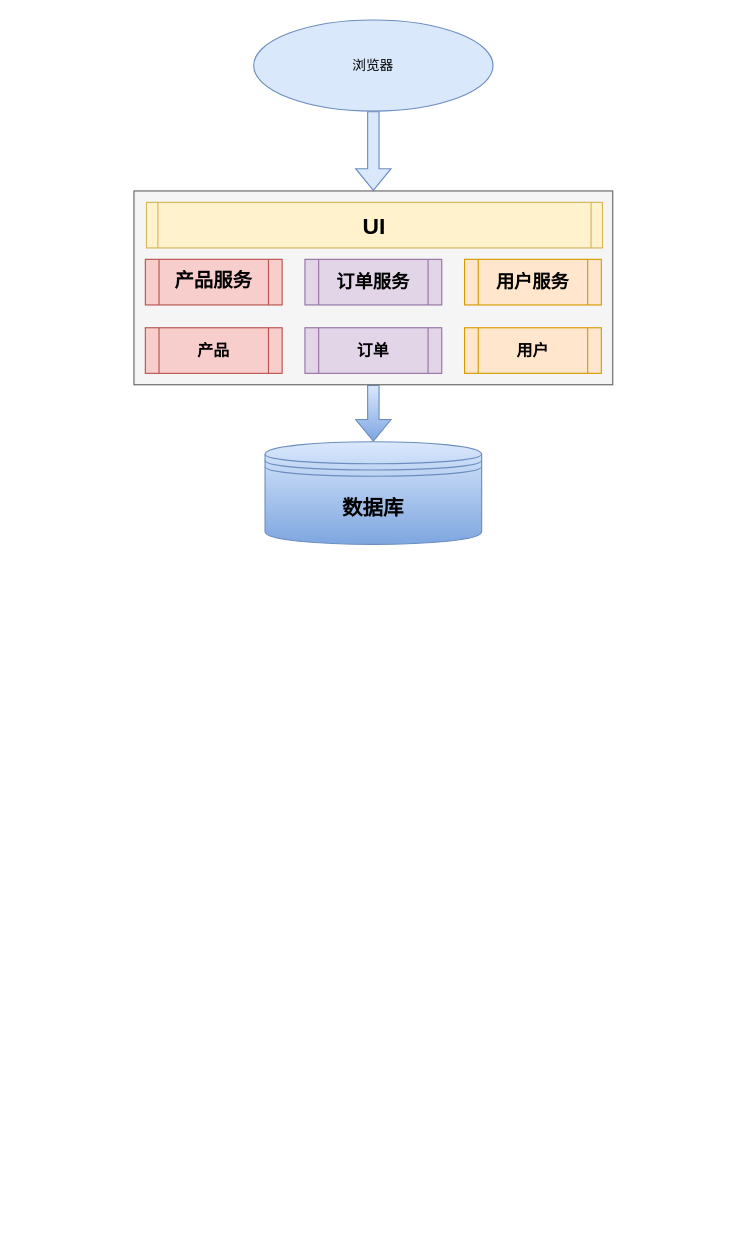
Earlier version of the draw.io diagram 传统开发模型和分布式开发模型.drawio (xinyimq/yixinwork). Source tidied: cells renumbered, new cells numbered last; positions are measured from the earlier drawing's top-left corner, leaving out a move shared by most shapes. Both pictures are drawn from the tidied source at 114%, with x=0, y=0 at pixel (133, 19).
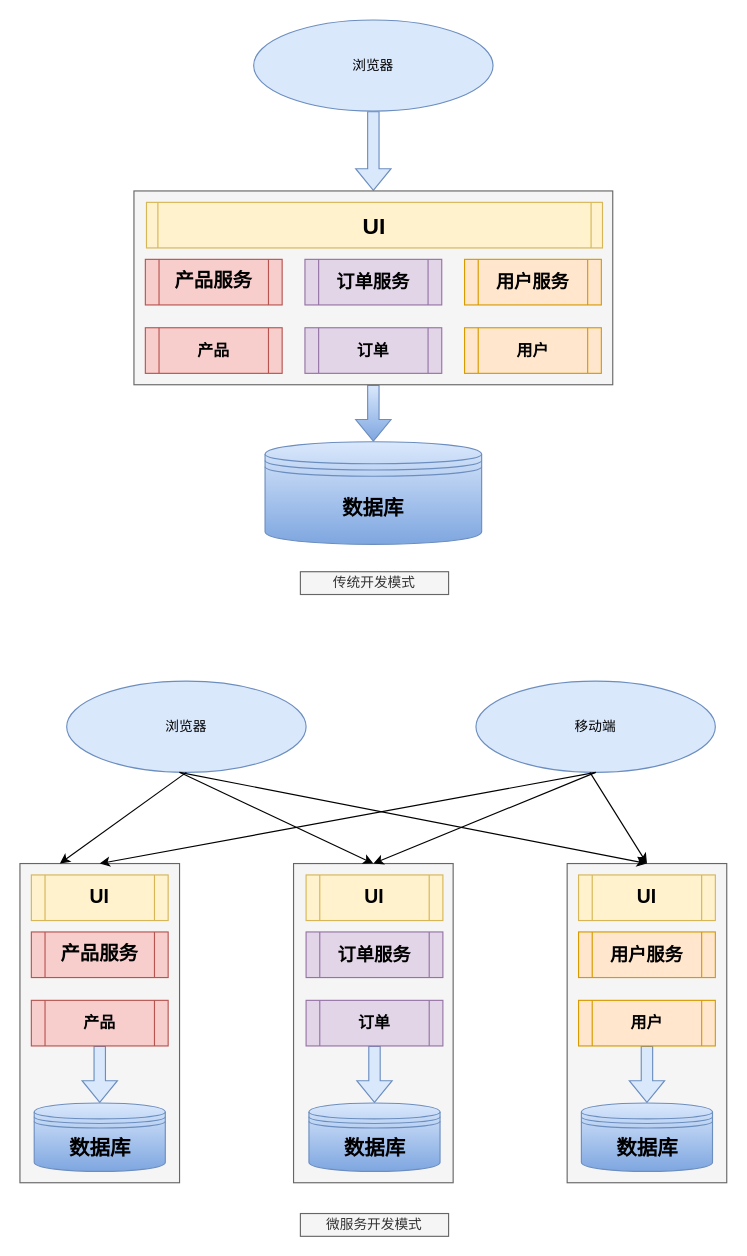
The same diagram, later.

Commit message (it also covers changes not shown here):
Update 传统开发模型和分布式开发模型.drawio

The edit, as a diff of the source:
```diff
@@
+    <mxCell id="14" value="浏览器" style="ellipse;whiteSpace=wrap;html=1;fillColor=#dae8fc;strokeColor=#6c8ebf;" parent="1" vertex="1">
+      <mxGeometry x="-59" y="580" width="210" height="80" as="geometry" />
+    </mxCell>
+    <mxCell id="15" style="rounded=0;whiteSpace=wrap;html=1;fillColor=#f5f5f5;strokeColor=#666666;fontColor=#333333;" parent="1" vertex="1">
+      <mxGeometry x="-100" y="740" width="140" height="280" as="geometry" />
+    </mxCell>
+    <mxCell id="16" value="&lt;b&gt;&lt;font style=&quot;font-size: 17px&quot;&gt;产品服务&lt;/font&gt;&lt;/b&gt;" style="shape=process;whiteSpace=wrap;html=1;backgroundOutline=1;fillColor=#f8cecc;strokeColor=#b85450;" parent="1" vertex="1">
+      <mxGeometry x="-90" y="800" width="120" height="40" as="geometry" />
+    </mxCell>
+    <mxCell id="17" style="edgeStyle=orthogonalEdgeStyle;rounded=0;jettySize=auto;html=1;shape=flexArrow;fillColor=#dae8fc;strokeColor=#6c8ebf;" parent="1" edge="1" source="18" target="19">
+      <mxGeometry relative="1" as="geometry" />
+    </mxCell>
+    <mxCell id="18" value="&lt;b&gt;&lt;font style=&quot;font-size: 14px&quot;&gt;产品&lt;/font&gt;&lt;/b&gt;" style="shape=process;whiteSpace=wrap;html=1;backgroundOutline=1;fillColor=#f8cecc;strokeColor=#b85450;" parent="1" vertex="1">
+      <mxGeometry x="-90" y="860" width="120" height="40" as="geometry" />
+    </mxCell>
+    <mxCell id="19" value="&lt;b&gt;&lt;font style=&quot;font-size: 18px&quot;&gt;数据库&lt;/font&gt;&lt;/b&gt;" style="shape=datastore;whiteSpace=wrap;html=1;gradientColor=#7ea6e0;fillColor=#dae8fc;strokeColor=#6c8ebf;" parent="1" vertex="1">
+      <mxGeometry x="-87.5" y="950" width="115" height="60" as="geometry" />
+    </mxCell>
+    <mxCell id="20" value="移动端" style="ellipse;whiteSpace=wrap;html=1;fillColor=#dae8fc;strokeColor=#6c8ebf;" parent="1" vertex="1">
+      <mxGeometry x="300" y="580" width="210" height="80" as="geometry" />
+    </mxCell>
+    <mxCell id="21" style="rounded=0;whiteSpace=wrap;html=1;fillColor=#f5f5f5;strokeColor=#666666;fontColor=#333333;" parent="1" vertex="1">
+      <mxGeometry x="140" y="740" width="140" height="280" as="geometry" />
+    </mxCell>
+    <mxCell id="22" value="&lt;b&gt;&lt;font style=&quot;font-size: 16px&quot;&gt;订单服务&lt;/font&gt;&lt;/b&gt;" style="shape=process;whiteSpace=wrap;html=1;backgroundOutline=1;fillColor=#e1d5e7;strokeColor=#9673a6;" parent="1" vertex="1">
+      <mxGeometry x="151" y="800" width="120" height="40" as="geometry" />
+    </mxCell>
+    <mxCell id="23" style="edgeStyle=orthogonalEdgeStyle;rounded=0;jettySize=auto;html=1;shape=flexArrow;fillColor=#dae8fc;strokeColor=#6c8ebf;" parent="1" edge="1" source="24" target="32">
+      <mxGeometry relative="1" as="geometry" />
+    </mxCell>
+    <mxCell id="24" value="&lt;b&gt;&lt;font style=&quot;font-size: 14px&quot;&gt;订单&lt;/font&gt;&lt;/b&gt;" style="shape=process;whiteSpace=wrap;html=1;backgroundOutline=1;fillColor=#e1d5e7;strokeColor=#9673a6;" parent="1" vertex="1">
+      <mxGeometry x="151" y="860" width="120" height="40" as="geometry" />
+    </mxCell>
+    <mxCell id="25" style="rounded=0;whiteSpace=wrap;html=1;fillColor=#f5f5f5;strokeColor=#666666;fontColor=#333333;" parent="1" vertex="1">
+      <mxGeometry x="380" y="740" width="140" height="280" as="geometry" />
+    </mxCell>
+    <mxCell id="26" value="&lt;b&gt;&lt;font style=&quot;font-size: 16px&quot;&gt;用户服务&lt;/font&gt;&lt;/b&gt;" style="shape=process;whiteSpace=wrap;html=1;backgroundOutline=1;fillColor=#ffe6cc;strokeColor=#d79b00;" parent="1" vertex="1">
+      <mxGeometry x="390" y="800" width="120" height="40" as="geometry" />
+    </mxCell>
+    <mxCell id="27" style="edgeStyle=orthogonalEdgeStyle;rounded=0;jettySize=auto;html=1;shape=flexArrow;fillColor=#dae8fc;strokeColor=#6c8ebf;" parent="1" edge="1" source="28" target="33">
+      <mxGeometry relative="1" as="geometry" />
+    </mxCell>
+    <mxCell id="28" value="&lt;b&gt;&lt;font style=&quot;font-size: 14px&quot;&gt;用户&lt;/font&gt;&lt;/b&gt;" style="shape=process;whiteSpace=wrap;html=1;backgroundOutline=1;fillColor=#ffe6cc;strokeColor=#d79b00;" parent="1" vertex="1">
+      <mxGeometry x="390" y="860" width="120" height="40" as="geometry" />
+    </mxCell>
+    <mxCell id="29" value="&lt;b&gt;&lt;font style=&quot;font-size: 17px&quot;&gt;UI&lt;/font&gt;&lt;/b&gt;" style="shape=process;whiteSpace=wrap;html=1;backgroundOutline=1;fillColor=#fff2cc;strokeColor=#d6b656;" parent="1" vertex="1">
+      <mxGeometry x="-90" y="750" width="120" height="40" as="geometry" />
+    </mxCell>
+    <mxCell id="30" value="&lt;b&gt;&lt;font style=&quot;font-size: 17px&quot;&gt;UI&lt;/font&gt;&lt;/b&gt;" style="shape=process;whiteSpace=wrap;html=1;backgroundOutline=1;fillColor=#fff2cc;strokeColor=#d6b656;" parent="1" vertex="1">
+      <mxGeometry x="151" y="750" width="120" height="40" as="geometry" />
+    </mxCell>
+    <mxCell id="31" value="&lt;b&gt;&lt;font style=&quot;font-size: 17px&quot;&gt;UI&lt;/font&gt;&lt;/b&gt;" style="shape=process;whiteSpace=wrap;html=1;backgroundOutline=1;fillColor=#fff2cc;strokeColor=#d6b656;" parent="1" vertex="1">
+      <mxGeometry x="390" y="750" width="120" height="40" as="geometry" />
+    </mxCell>
+    <mxCell id="32" value="&lt;b&gt;&lt;font style=&quot;font-size: 18px&quot;&gt;数据库&lt;/font&gt;&lt;/b&gt;" style="shape=datastore;whiteSpace=wrap;html=1;gradientColor=#7ea6e0;fillColor=#dae8fc;strokeColor=#6c8ebf;" parent="1" vertex="1">
+      <mxGeometry x="153.5" y="950" width="115" height="60" as="geometry" />
+    </mxCell>
+    <mxCell id="33" value="&lt;b&gt;&lt;font style=&quot;font-size: 18px&quot;&gt;数据库&lt;/font&gt;&lt;/b&gt;" style="shape=datastore;whiteSpace=wrap;html=1;gradientColor=#7ea6e0;fillColor=#dae8fc;strokeColor=#6c8ebf;" parent="1" vertex="1">
+      <mxGeometry x="392.5" y="950" width="115" height="60" as="geometry" />
+    </mxCell>
+    <mxCell id="34" style="endArrow=classic;html=1;exitX=0.5;exitY=1;exitDx=0;exitDy=0;entryX=0.25;entryY=0;entryDx=0;entryDy=0;" parent="1" edge="1" source="14" target="15">
+      <mxGeometry relative="1" as="geometry" />
+    </mxCell>
+    <mxCell id="35" style="endArrow=classic;html=1;entryX=0.5;entryY=0;entryDx=0;entryDy=0;" parent="1" edge="1" target="21">
+      <mxGeometry relative="1" as="geometry">
+        <mxPoint x="40" y="660" as="sourcePoint" />
+      </mxGeometry>
+    </mxCell>
+    <mxCell id="36" style="endArrow=classic;html=1;entryX=0.5;entryY=0;entryDx=0;entryDy=0;" parent="1" edge="1" target="25">
+      <mxGeometry relative="1" as="geometry">
+        <mxPoint x="40" y="660" as="sourcePoint" />
+      </mxGeometry>
+    </mxCell>
+    <mxCell id="37" style="endArrow=classic;html=1;exitX=0.5;exitY=1;exitDx=0;exitDy=0;entryX=0.5;entryY=0;entryDx=0;entryDy=0;" parent="1" edge="1" source="20" target="15">
+      <mxGeometry relative="1" as="geometry" />
+    </mxCell>
+    <mxCell id="38" style="endArrow=classic;html=1;exitX=0.5;exitY=1;exitDx=0;exitDy=0;entryX=0.5;entryY=0;entryDx=0;entryDy=0;" parent="1" edge="1" source="20" target="21">
+      <mxGeometry relative="1" as="geometry" />
+    </mxCell>
+    <mxCell id="39" style="endArrow=classic;html=1;entryX=0.5;entryY=0;entryDx=0;entryDy=0;" parent="1" edge="1" target="25">
+      <mxGeometry relative="1" as="geometry">
+        <mxPoint x="400" y="660" as="sourcePoint" />
+      </mxGeometry>
+    </mxCell>
+    <mxCell id="40" value="传统开发模式" style="text;html=1;strokeColor=#666666;fillColor=#f5f5f5;align=center;verticalAlign=middle;whiteSpace=wrap;rounded=0;fontColor=#333333;" parent="1" vertex="1">
+      <mxGeometry x="146" y="484" width="130" height="20" as="geometry" />
+    </mxCell>
+    <mxCell id="41" value="微服务开发模式" style="text;html=1;strokeColor=#666666;fillColor=#f5f5f5;align=center;verticalAlign=middle;whiteSpace=wrap;rounded=0;fontColor=#333333;" parent="1" vertex="1">
+      <mxGeometry x="146" y="1047" width="130" height="20" as="geometry" />
+    </mxCell>
```
